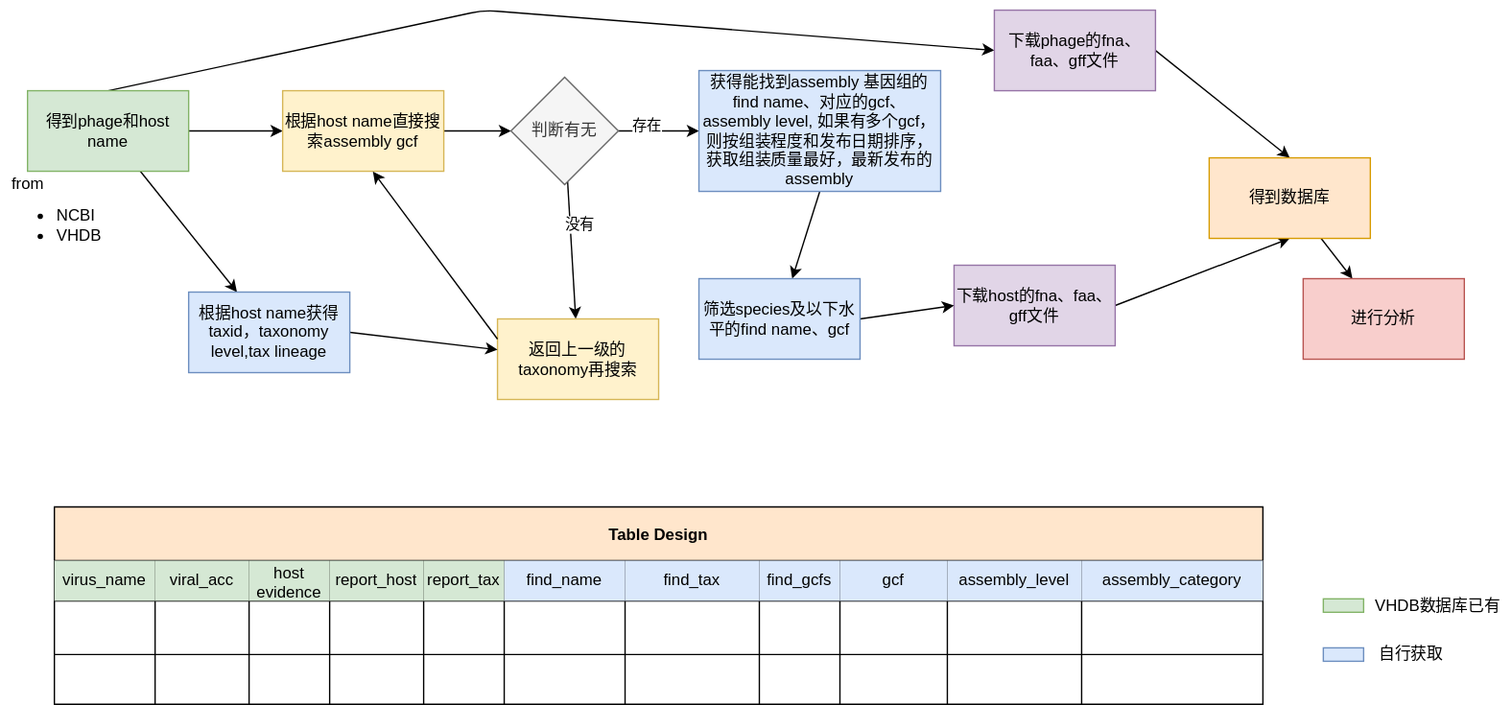
Earlier version of the draw.io export pipeline.drawio.svg (Achuan-2/phage-host). Source tidied: cells renumbered, new cells last; positions are measured from the earlier drawing's top-left corner, leaving out a move shared by most shapes. Its diagram source:
```xml
<mxGraphModel>
  <root>
    <mxCell id="0" />
    <mxCell id="1" parent="0" />
    <mxCell id="2" style="edgeStyle=none;html=1;" parent="1" edge="1" source="5" target="7">
      <mxGeometry relative="1" as="geometry" />
    </mxCell>
    <mxCell id="3" style="edgeStyle=none;html=1;" parent="1" edge="1" source="5" target="17">
      <mxGeometry relative="1" as="geometry" />
    </mxCell>
    <mxCell id="4" style="edgeStyle=none;html=1;exitX=0.5;exitY=0;exitDx=0;exitDy=0;entryX=0;entryY=0.5;entryDx=0;entryDy=0;" parent="1" edge="1" source="5" target="61">
      <mxGeometry relative="1" as="geometry">
        <Array as="points">
          <mxPoint x="360" />
        </Array>
      </mxGeometry>
    </mxCell>
    <mxCell id="5" value="得到phage和host name" style="rounded=0;whiteSpace=wrap;html=1;fillColor=#d5e8d4;strokeColor=#82b366;" parent="1" vertex="1">
      <mxGeometry x="20" y="60" width="120" height="60" as="geometry" />
    </mxCell>
    <mxCell id="6" style="edgeStyle=none;html=1;" parent="1" edge="1" source="7" target="12">
      <mxGeometry relative="1" as="geometry" />
    </mxCell>
    <mxCell id="7" value="根据host name直接搜索assembly gcf" style="whiteSpace=wrap;html=1;rounded=0;fillColor=#fff2cc;strokeColor=#d6b656;" parent="1" vertex="1">
      <mxGeometry x="210" y="60" width="120" height="60" as="geometry" />
    </mxCell>
    <mxCell id="8" style="edgeStyle=none;html=1;" parent="1" edge="1" source="12" target="14">
      <mxGeometry relative="1" as="geometry" />
    </mxCell>
    <mxCell id="9" value="存在" style="edgeLabel;html=1;align=center;verticalAlign=middle;" parent="8" vertex="1">
      <mxGeometry x="-0.36" y="5" relative="1" as="geometry">
        <mxPoint x="1" as="offset" />
      </mxGeometry>
    </mxCell>
    <mxCell id="10" style="edgeStyle=none;html=1;" parent="1" edge="1" source="12" target="15">
      <mxGeometry relative="1" as="geometry" />
    </mxCell>
    <mxCell id="11" value="没有" style="edgeLabel;html=1;align=center;verticalAlign=middle;" parent="10" vertex="1">
      <mxGeometry x="-0.37" y="6" relative="1" as="geometry" />
    </mxCell>
    <mxCell id="12" value="判断有无" style="rhombus;whiteSpace=wrap;html=1;rounded=0;fillColor=#f5f5f5;fontColor=#333333;strokeColor=#666666;" parent="1" vertex="1">
      <mxGeometry x="380" y="50" width="80" height="80" as="geometry" />
    </mxCell>
    <mxCell id="13" style="edgeStyle=none;html=1;exitX=0.5;exitY=1;exitDx=0;exitDy=0;" parent="1" edge="1" source="14" target="65">
      <mxGeometry relative="1" as="geometry" />
    </mxCell>
    <mxCell id="14" value="获得能找到assembly 基因组的find name、对应的gcf、assembly level, 如果有多个gcf，则按组装程度和发布日期排序，获取组装质量最好，最新发布的assembly&lt;br&gt;" style="whiteSpace=wrap;html=1;rounded=0;fillColor=#dae8fc;strokeColor=#6c8ebf;" parent="1" vertex="1">
      <mxGeometry x="520" y="45" width="180" height="90" as="geometry" />
    </mxCell>
    <mxCell id="15" value="返回上一级的taxonomy再搜索" style="whiteSpace=wrap;html=1;rounded=0;fillColor=#fff2cc;strokeColor=#d6b656;" parent="1" vertex="1">
      <mxGeometry x="370" y="230" width="120" height="60" as="geometry" />
    </mxCell>
    <mxCell id="16" style="edgeStyle=none;html=1;exitX=1;exitY=0.5;exitDx=0;exitDy=0;" parent="1" edge="1" source="17" target="15">
      <mxGeometry relative="1" as="geometry" />
    </mxCell>
    <mxCell id="17" value="根据host name获得taxid，taxonomy level,tax lineage" style="whiteSpace=wrap;html=1;rounded=0;fillColor=#dae8fc;strokeColor=#6c8ebf;" parent="1" vertex="1">
      <mxGeometry x="140" y="210" width="120" height="60" as="geometry" />
    </mxCell>
    <mxCell id="18" style="endArrow=classic;html=1;entryX=0.56;entryY=1.003;entryDx=0;entryDy=0;entryPerimeter=0;exitX=0;exitY=0.25;exitDx=0;exitDy=0;" parent="1" edge="1" source="15" target="7">
      <mxGeometry relative="1" as="geometry" />
    </mxCell>
    <mxCell id="19" style="edgeStyle=none;html=1;exitX=1;exitY=0.5;exitDx=0;exitDy=0;entryX=0.5;entryY=1;entryDx=0;entryDy=0;" parent="1" edge="1" source="20" target="63">
      <mxGeometry relative="1" as="geometry" />
    </mxCell>
    <mxCell id="20" value="下载host的fna、faa、gff文件" style="whiteSpace=wrap;html=1;rounded=0;fillColor=#e1d5e7;strokeColor=#9673a6;" parent="1" vertex="1">
      <mxGeometry x="710" y="190" width="120" height="60" as="geometry" />
    </mxCell>
    <mxCell id="21" value="Table Design" style="shape=table;startSize=40;fontStyle=1;align=center;fillColor=#ffe6cc;strokeColor=#000000;" parent="1" vertex="1">
      <mxGeometry x="40" y="370" width="900" height="147" as="geometry" />
    </mxCell>
    <mxCell id="22" style="shape=partialRectangle;html=1;whiteSpace=wrap;fillColor=none;top=0;left=0;bottom=0;right=0;" parent="21" vertex="1">
      <mxGeometry y="40" width="900" height="30" as="geometry" />
    </mxCell>
    <mxCell id="23" value="virus_name" style="shape=partialRectangle;html=1;whiteSpace=wrap;fillColor=#d5e8d4;top=0;left=0;bottom=0;right=0;overflow=hidden;strokeColor=#000000;" parent="22" vertex="1">
      <mxGeometry width="75" height="30" as="geometry" />
    </mxCell>
    <mxCell id="24" value="viral_acc" style="shape=partialRectangle;html=1;whiteSpace=wrap;fillColor=#d5e8d4;top=0;left=0;bottom=0;right=0;overflow=hidden;strokeColor=#000000;" parent="22" vertex="1">
      <mxGeometry x="75" width="70" height="30" as="geometry" />
    </mxCell>
    <mxCell id="25" value="host evidence" style="shape=partialRectangle;html=1;whiteSpace=wrap;fillColor=#d5e8d4;top=0;left=0;bottom=0;right=0;overflow=hidden;strokeColor=#000000;" parent="22" vertex="1">
      <mxGeometry x="145" width="60" height="30" as="geometry" />
    </mxCell>
    <mxCell id="26" value="report_host" style="shape=partialRectangle;html=1;whiteSpace=wrap;fillColor=#d5e8d4;top=0;left=0;bottom=0;right=0;overflow=hidden;strokeColor=#000000;" parent="22" vertex="1">
      <mxGeometry x="205" width="70" height="30" as="geometry" />
    </mxCell>
    <mxCell id="27" value="report_tax" style="shape=partialRectangle;html=1;whiteSpace=wrap;fillColor=#d5e8d4;top=0;left=0;bottom=0;right=0;overflow=hidden;strokeColor=#000000;" parent="22" vertex="1">
      <mxGeometry x="275" width="60" height="30" as="geometry" />
    </mxCell>
    <mxCell id="28" value="find_name" style="shape=partialRectangle;html=1;whiteSpace=wrap;fillColor=#dae8fc;top=0;left=0;bottom=0;right=0;overflow=hidden;strokeColor=#6c8ebf;" parent="22" vertex="1">
      <mxGeometry x="335" width="90" height="30" as="geometry" />
    </mxCell>
    <mxCell id="29" value="find_tax" style="shape=partialRectangle;html=1;whiteSpace=wrap;fillColor=#dae8fc;top=0;left=0;bottom=0;right=0;overflow=hidden;strokeColor=#6c8ebf;" parent="22" vertex="1">
      <mxGeometry x="425" width="100" height="30" as="geometry" />
    </mxCell>
    <mxCell id="30" value="find_gcfs" style="shape=partialRectangle;html=1;whiteSpace=wrap;fillColor=#dae8fc;top=0;left=0;bottom=0;right=0;overflow=hidden;strokeColor=#6c8ebf;" parent="22" vertex="1">
      <mxGeometry x="525" width="60" height="30" as="geometry" />
    </mxCell>
    <mxCell id="31" value="gcf" style="shape=partialRectangle;html=1;whiteSpace=wrap;fillColor=#dae8fc;top=0;left=0;bottom=0;right=0;overflow=hidden;strokeColor=#6c8ebf;" parent="22" vertex="1">
      <mxGeometry x="585" width="80" height="30" as="geometry" />
    </mxCell>
    <mxCell id="32" value="assembly_level" style="shape=partialRectangle;html=1;whiteSpace=wrap;fillColor=#dae8fc;top=0;left=0;bottom=0;right=0;overflow=hidden;strokeColor=#6c8ebf;" parent="22" vertex="1">
      <mxGeometry x="665" width="100" height="30" as="geometry" />
    </mxCell>
    <mxCell id="33" value="assembly_category" style="shape=partialRectangle;html=1;whiteSpace=wrap;fillColor=#dae8fc;top=0;left=0;bottom=0;right=0;overflow=hidden;strokeColor=#6c8ebf;" parent="22" vertex="1">
      <mxGeometry x="765" width="135" height="30" as="geometry" />
    </mxCell>
    <mxCell id="34" style="shape=partialRectangle;html=1;whiteSpace=wrap;fillColor=none;top=0;left=0;bottom=0;right=0;" parent="21" vertex="1">
      <mxGeometry y="70" width="900" height="40" as="geometry" />
    </mxCell>
    <mxCell id="35" style="shape=partialRectangle;html=1;whiteSpace=wrap;fillColor=none;top=0;left=0;bottom=0;right=0;overflow=hidden;" parent="34" vertex="1">
      <mxGeometry width="75" height="40" as="geometry" />
    </mxCell>
    <mxCell id="36" style="shape=partialRectangle;html=1;whiteSpace=wrap;fillColor=none;top=0;left=0;bottom=0;right=0;overflow=hidden;" parent="34" vertex="1">
      <mxGeometry x="75" width="70" height="40" as="geometry" />
    </mxCell>
    <mxCell id="37" style="shape=partialRectangle;html=1;whiteSpace=wrap;fillColor=none;top=0;left=0;bottom=0;right=0;overflow=hidden;" parent="34" vertex="1">
      <mxGeometry x="145" width="60" height="40" as="geometry" />
    </mxCell>
    <mxCell id="38" style="shape=partialRectangle;html=1;whiteSpace=wrap;fillColor=none;top=0;left=0;bottom=0;right=0;overflow=hidden;" parent="34" vertex="1">
      <mxGeometry x="205" width="70" height="40" as="geometry" />
    </mxCell>
    <mxCell id="39" style="shape=partialRectangle;html=1;whiteSpace=wrap;fillColor=none;top=0;left=0;bottom=0;right=0;overflow=hidden;" parent="34" vertex="1">
      <mxGeometry x="275" width="60" height="40" as="geometry" />
    </mxCell>
    <mxCell id="40" style="shape=partialRectangle;html=1;whiteSpace=wrap;fillColor=none;top=0;left=0;bottom=0;right=0;overflow=hidden;" parent="34" vertex="1">
      <mxGeometry x="335" width="90" height="40" as="geometry" />
    </mxCell>
    <mxCell id="41" style="shape=partialRectangle;html=1;whiteSpace=wrap;fillColor=none;top=0;left=0;bottom=0;right=0;overflow=hidden;" parent="34" vertex="1">
      <mxGeometry x="425" width="100" height="40" as="geometry" />
    </mxCell>
    <mxCell id="42" style="shape=partialRectangle;html=1;whiteSpace=wrap;fillColor=none;top=0;left=0;bottom=0;right=0;overflow=hidden;" parent="34" vertex="1">
      <mxGeometry x="525" width="60" height="40" as="geometry" />
    </mxCell>
    <mxCell id="43" style="shape=partialRectangle;html=1;whiteSpace=wrap;fillColor=none;top=0;left=0;bottom=0;right=0;overflow=hidden;" parent="34" vertex="1">
      <mxGeometry x="585" width="80" height="40" as="geometry" />
    </mxCell>
    <mxCell id="44" style="shape=partialRectangle;html=1;whiteSpace=wrap;fillColor=none;top=0;left=0;bottom=0;right=0;overflow=hidden;" parent="34" vertex="1">
      <mxGeometry x="665" width="100" height="40" as="geometry" />
    </mxCell>
    <mxCell id="45" style="shape=partialRectangle;html=1;whiteSpace=wrap;fillColor=none;top=0;left=0;bottom=0;right=0;overflow=hidden;" parent="34" vertex="1">
      <mxGeometry x="765" width="135" height="40" as="geometry" />
    </mxCell>
    <mxCell id="46" style="shape=partialRectangle;html=1;whiteSpace=wrap;fillColor=none;top=0;left=0;bottom=0;right=0;" parent="21" vertex="1">
      <mxGeometry y="110" width="900" height="37" as="geometry" />
    </mxCell>
    <mxCell id="47" style="shape=partialRectangle;html=1;whiteSpace=wrap;fillColor=none;top=0;left=0;bottom=0;right=0;overflow=hidden;" parent="46" vertex="1">
      <mxGeometry width="75" height="37" as="geometry" />
    </mxCell>
    <mxCell id="48" style="shape=partialRectangle;html=1;whiteSpace=wrap;fillColor=none;top=0;left=0;bottom=0;right=0;overflow=hidden;" parent="46" vertex="1">
      <mxGeometry x="75" width="70" height="37" as="geometry" />
    </mxCell>
    <mxCell id="49" style="shape=partialRectangle;html=1;whiteSpace=wrap;fillColor=none;top=0;left=0;bottom=0;right=0;overflow=hidden;" parent="46" vertex="1">
      <mxGeometry x="145" width="60" height="37" as="geometry" />
    </mxCell>
    <mxCell id="50" style="shape=partialRectangle;html=1;whiteSpace=wrap;fillColor=none;top=0;left=0;bottom=0;right=0;overflow=hidden;" parent="46" vertex="1">
      <mxGeometry x="205" width="70" height="37" as="geometry" />
    </mxCell>
    <mxCell id="51" style="shape=partialRectangle;html=1;whiteSpace=wrap;fillColor=none;top=0;left=0;bottom=0;right=0;overflow=hidden;" parent="46" vertex="1">
      <mxGeometry x="275" width="60" height="37" as="geometry" />
    </mxCell>
    <mxCell id="52" style="shape=partialRectangle;html=1;whiteSpace=wrap;fillColor=none;top=0;left=0;bottom=0;right=0;overflow=hidden;" parent="46" vertex="1">
      <mxGeometry x="335" width="90" height="37" as="geometry" />
    </mxCell>
    <mxCell id="53" style="shape=partialRectangle;html=1;whiteSpace=wrap;fillColor=none;top=0;left=0;bottom=0;right=0;overflow=hidden;" parent="46" vertex="1">
      <mxGeometry x="425" width="100" height="37" as="geometry" />
    </mxCell>
    <mxCell id="54" style="shape=partialRectangle;html=1;whiteSpace=wrap;fillColor=none;top=0;left=0;bottom=0;right=0;overflow=hidden;" parent="46" vertex="1">
      <mxGeometry x="525" width="60" height="37" as="geometry" />
    </mxCell>
    <mxCell id="55" style="shape=partialRectangle;html=1;whiteSpace=wrap;fillColor=none;top=0;left=0;bottom=0;right=0;overflow=hidden;" parent="46" vertex="1">
      <mxGeometry x="585" width="80" height="37" as="geometry" />
    </mxCell>
    <mxCell id="56" style="shape=partialRectangle;html=1;whiteSpace=wrap;fillColor=none;top=0;left=0;bottom=0;right=0;overflow=hidden;" parent="46" vertex="1">
      <mxGeometry x="665" width="100" height="37" as="geometry" />
    </mxCell>
    <mxCell id="57" style="shape=partialRectangle;html=1;whiteSpace=wrap;fillColor=none;top=0;left=0;bottom=0;right=0;overflow=hidden;" parent="46" vertex="1">
      <mxGeometry x="765" width="135" height="37" as="geometry" />
    </mxCell>
    <mxCell id="58" value="&lt;ul&gt;&lt;li&gt;NCBI&lt;/li&gt;&lt;li&gt;VHDB&lt;/li&gt;&lt;/ul&gt;" style="text;strokeColor=none;fillColor=none;html=1;whiteSpace=wrap;verticalAlign=middle;overflow=hidden;" parent="1" vertex="1">
      <mxGeometry y="120" width="100" height="80" as="geometry" />
    </mxCell>
    <mxCell id="59" value="from" style="text;html=1;align=center;verticalAlign=middle;strokeColor=none;fillColor=none;" parent="1" vertex="1">
      <mxGeometry y="120" width="40" height="20" as="geometry" />
    </mxCell>
    <mxCell id="60" style="edgeStyle=none;html=1;exitX=1;exitY=0.5;exitDx=0;exitDy=0;entryX=0.5;entryY=0;entryDx=0;entryDy=0;" parent="1" edge="1" source="61" target="63">
      <mxGeometry relative="1" as="geometry" />
    </mxCell>
    <mxCell id="61" value="下载phage的fna、faa、gff文件" style="rounded=0;whiteSpace=wrap;html=1;fillColor=#e1d5e7;strokeColor=#9673a6;" parent="1" vertex="1">
      <mxGeometry x="740" width="120" height="60" as="geometry" />
    </mxCell>
    <mxCell id="62" style="edgeStyle=none;html=1;" parent="1" edge="1" source="63" target="66">
      <mxGeometry relative="1" as="geometry" />
    </mxCell>
    <mxCell id="63" value="得到数据库" style="whiteSpace=wrap;html=1;fillColor=#ffe6cc;strokeColor=#d79b00;" parent="1" vertex="1">
      <mxGeometry x="900" y="110" width="120" height="60" as="geometry" />
    </mxCell>
    <mxCell id="64" style="edgeStyle=none;html=1;exitX=1;exitY=0.5;exitDx=0;exitDy=0;entryX=0;entryY=0.5;entryDx=0;entryDy=0;" parent="1" edge="1" source="65" target="20">
      <mxGeometry relative="1" as="geometry" />
    </mxCell>
    <mxCell id="65" value="筛选species及以下水平的find name、gcf" style="whiteSpace=wrap;html=1;rounded=0;fillColor=#dae8fc;strokeColor=#6c8ebf;" parent="1" vertex="1">
      <mxGeometry x="520" y="200" width="120" height="60" as="geometry" />
    </mxCell>
    <mxCell id="66" value="进行分析" style="whiteSpace=wrap;html=1;fillColor=#f8cecc;strokeColor=#b85450;" parent="1" vertex="1">
      <mxGeometry x="970" y="200" width="120" height="60" as="geometry" />
    </mxCell>
    <mxCell id="67" value="VHDB数据库已有" style="text;html=1;align=center;verticalAlign=middle;strokeColor=none;fillColor=none;" parent="1" vertex="1">
      <mxGeometry x="1015" y="433.5" width="110" height="20" as="geometry" />
    </mxCell>
    <mxCell id="68" value="自行获取" style="text;html=1;align=center;verticalAlign=middle;strokeColor=none;fillColor=none;" parent="1" vertex="1">
      <mxGeometry x="1020" y="470" width="60" height="20" as="geometry" />
    </mxCell>
    <mxCell id="69" style="rounded=0;whiteSpace=wrap;html=1;fillColor=#d5e8d4;strokeColor=#82b366;" parent="1" vertex="1">
      <mxGeometry x="985" y="438.5" width="30" height="10" as="geometry" />
    </mxCell>
    <mxCell id="70" style="rounded=0;whiteSpace=wrap;html=1;fillColor=#dae8fc;strokeColor=#6c8ebf;" parent="1" vertex="1">
      <mxGeometry x="985" y="475" width="30" height="10" as="geometry" />
    </mxCell>
  </root>
</mxGraphModel>
```
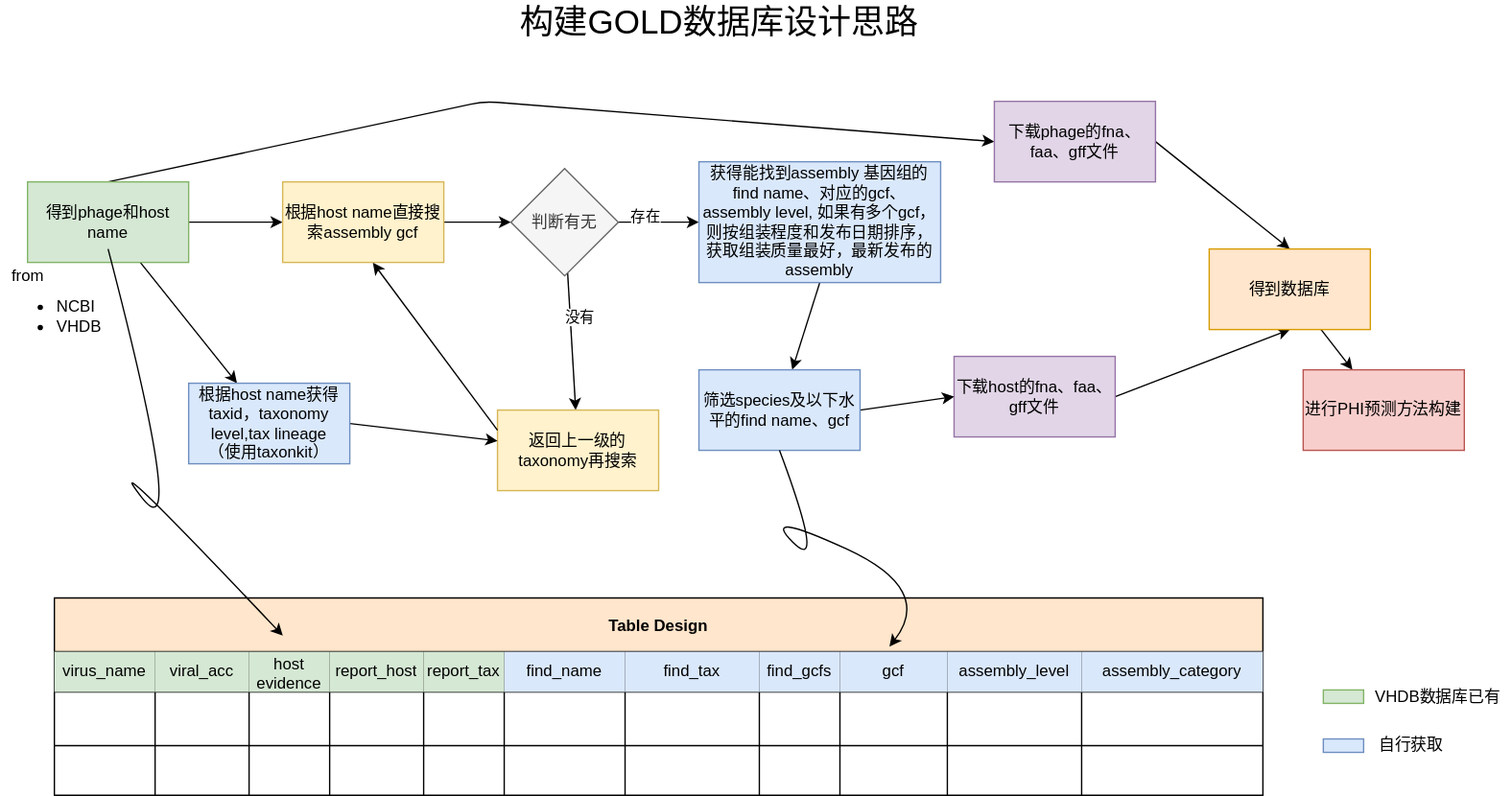
After the change.

Diff of the diagram source:
```diff
@@ -1,4 +1,4 @@
-<mxGraphModel>
+<mxGraphModel background="#FFFFFF">
   <root>
     <mxCell id="0" />
     <mxCell id="1" parent="0" />
@@ -53,7 +53,7 @@
     <mxCell id="16" style="edgeStyle=none;html=1;exitX=1;exitY=0.5;exitDx=0;exitDy=0;" parent="1" edge="1" source="17" target="15">
       <mxGeometry relative="1" as="geometry" />
     </mxCell>
-    <mxCell id="17" value="根据host name获得taxid，taxonomy level,tax lineage" style="whiteSpace=wrap;html=1;rounded=0;fillColor=#dae8fc;strokeColor=#6c8ebf;" parent="1" vertex="1">
+    <mxCell id="17" value="根据host name获得taxid，taxonomy level,tax lineage&lt;br&gt;（使用taxonkit）" style="whiteSpace=wrap;html=1;rounded=0;fillColor=#dae8fc;strokeColor=#6c8ebf;" parent="1" vertex="1">
       <mxGeometry x="140" y="210" width="120" height="60" as="geometry" />
     </mxCell>
     <mxCell id="18" style="endArrow=classic;html=1;entryX=0.56;entryY=1.003;entryDx=0;entryDy=0;entryPerimeter=0;exitX=0;exitY=0.25;exitDx=0;exitDy=0;" parent="1" edge="1" source="15" target="7">
@@ -200,7 +200,7 @@
     <mxCell id="65" value="筛选species及以下水平的find name、gcf" style="whiteSpace=wrap;html=1;rounded=0;fillColor=#dae8fc;strokeColor=#6c8ebf;" parent="1" vertex="1">
       <mxGeometry x="520" y="200" width="120" height="60" as="geometry" />
     </mxCell>
-    <mxCell id="66" value="进行分析" style="whiteSpace=wrap;html=1;fillColor=#f8cecc;strokeColor=#b85450;" parent="1" vertex="1">
+    <mxCell id="66" value="进行PHI预测方法构建" style="whiteSpace=wrap;html=1;fillColor=#f8cecc;strokeColor=#b85450;" parent="1" vertex="1">
       <mxGeometry x="970" y="200" width="120" height="60" as="geometry" />
     </mxCell>
     <mxCell id="67" value="VHDB数据库已有" style="text;html=1;align=center;verticalAlign=middle;strokeColor=none;fillColor=none;" parent="1" vertex="1">
@@ -215,5 +215,25 @@
     <mxCell id="70" style="rounded=0;whiteSpace=wrap;html=1;fillColor=#dae8fc;strokeColor=#6c8ebf;" parent="1" vertex="1">
       <mxGeometry x="985" y="475" width="30" height="10" as="geometry" />
     </mxCell>
+    <mxCell id="71" value="&lt;font style=&quot;font-size: 25px&quot;&gt;构建GOLD数据库设计思路&lt;/font&gt;" style="text;html=1;align=center;verticalAlign=middle;strokeColor=none;fillColor=none;" parent="1" vertex="1">
+      <mxGeometry x="380" y="-70" width="310" height="20" as="geometry" />
+    </mxCell>
+    <mxCell id="72" style="curved=1;endArrow=classic;html=1;fontSize=25;exitX=0.5;exitY=1;exitDx=0;exitDy=0;entryX=0.691;entryY=0.246;entryDx=0;entryDy=0;entryPerimeter=0;" parent="1" edge="1" source="65" target="21">
+      <mxGeometry relative="1" as="geometry">
+        <Array as="points">
+          <mxPoint x="615" y="353.5" />
+          <mxPoint x="565" y="303.5" />
+          <mxPoint x="695" y="363.5" />
+        </Array>
+      </mxGeometry>
+    </mxCell>
+    <mxCell id="73" style="curved=1;endArrow=classic;html=1;fontSize=25;exitX=0.8;exitY=-0.125;exitDx=0;exitDy=0;exitPerimeter=0;entryX=0.189;entryY=0.191;entryDx=0;entryDy=0;entryPerimeter=0;" parent="1" edge="1" source="58" target="21">
+      <mxGeometry relative="1" as="geometry">
+        <Array as="points">
+          <mxPoint x="140" y="340" />
+          <mxPoint x="70" y="250" />
+        </Array>
+      </mxGeometry>
+    </mxCell>
   </root>
 </mxGraphModel>
```
